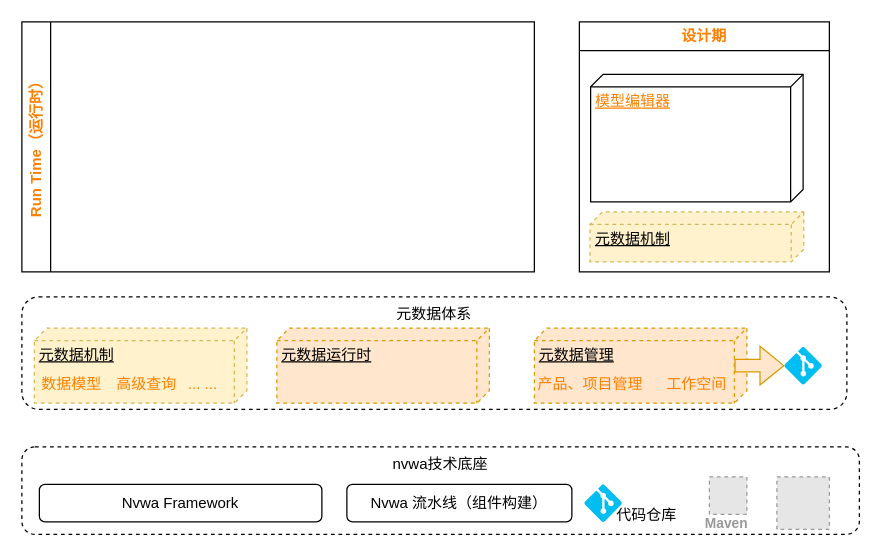
Above: page "架构图" (1 of 2) of 轻量级业务构建体系.drawio in lornezhang66/draw.io (draw.io), before the change. Source tidied: cells renumbered, new cells numbered last; positions are measured from the earlier drawing's top-left corner, leaving out a move shared by most shapes. Both pictures are drawn from the tidied source at 125%, with x=0, y=0 at pixel (21, 21). Pictures stored in the file or linked from it are replaced by grey dashed boxes.
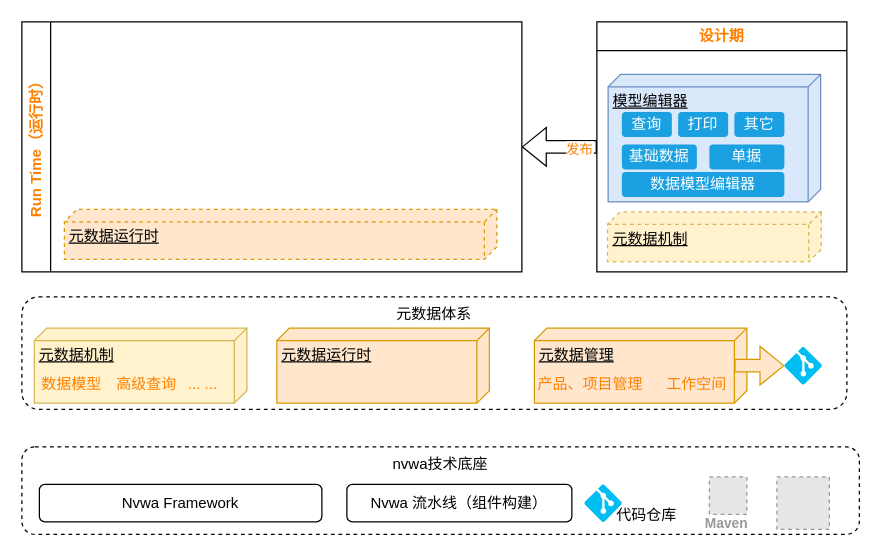
The same page after the edit.

Commit message (it also covers changes not shown here):
更新轻量级业务构建体系.drawio

The edit, as a diff of the source:
```diff
@@
-    <mxCell id="10" value="元数据机制" style="verticalAlign=top;align=left;spacingTop=8;spacingLeft=2;spacingRight=12;shape=cube;size=10;direction=south;fontStyle=4;html=1;dashed=1;fillColor=#fff2cc;strokeColor=#d6b656;" parent="1" vertex="1">
+    <mxCell id="10" value="元数据机制" style="verticalAlign=top;align=left;spacingTop=8;spacingLeft=2;spacingRight=12;shape=cube;size=10;direction=south;fontStyle=4;html=1;fillColor=#fff2cc;strokeColor=#d6b656;" parent="1" vertex="1">
       <mxGeometry x="10" y="245" width="170" height="60" as="geometry" />
     </mxCell>
@@
-    <mxCell id="16" value="元数据运行时" style="verticalAlign=top;align=left;spacingTop=8;spacingLeft=2;spacingRight=12;shape=cube;size=10;direction=south;fontStyle=4;html=1;dashed=1;fillColor=#ffe6cc;strokeColor=#d79b00;" parent="1" vertex="1">
+    <mxCell id="16" value="元数据运行时" style="verticalAlign=top;align=left;spacingTop=8;spacingLeft=2;spacingRight=12;shape=cube;size=10;direction=south;fontStyle=4;html=1;fillColor=#ffe6cc;strokeColor=#d79b00;" parent="1" vertex="1">
       <mxGeometry x="204" y="245" width="170" height="60" as="geometry" />
     </mxCell>
-    <mxCell id="17" value="元数据管理" style="verticalAlign=top;align=left;spacingTop=8;spacingLeft=2;spacingRight=12;shape=cube;size=10;direction=south;fontStyle=4;html=1;dashed=1;fillColor=#ffe6cc;strokeColor=#d79b00;" parent="1" vertex="1">
+    <mxCell id="17" value="元数据管理" style="verticalAlign=top;align=left;spacingTop=8;spacingLeft=2;spacingRight=12;shape=cube;size=10;direction=south;fontStyle=4;html=1;fillColor=#ffe6cc;strokeColor=#d79b00;" parent="1" vertex="1">
       <mxGeometry x="410" y="245" width="170" height="60" as="geometry" />
     </mxCell>
@@
     <mxCell id="21" value="Run Time（运行时）" style="swimlane;horizontal=0;whiteSpace=wrap;html=1;fontColor=#FF8000;" parent="1" vertex="1">
-      <mxGeometry width="410" height="200" as="geometry" />
+      <mxGeometry width="400" height="200" as="geometry" />
     </mxCell>
+    <mxCell id="25" value="元数据运行时" style="verticalAlign=top;align=left;spacingTop=8;spacingLeft=2;spacingRight=12;shape=cube;size=10;direction=south;fontStyle=4;html=1;fillColor=#ffe6cc;strokeColor=#d79b00;dashed=1;" parent="21" vertex="1">
+      <mxGeometry x="34" y="150" width="346" height="40" as="geometry" />
+    </mxCell>
     <mxCell id="22" value="设计期" style="swimlane;whiteSpace=wrap;html=1;fontColor=#FF8000;" parent="1" vertex="1">
-      <mxGeometry x="446" width="200" height="200" as="geometry" />
+      <mxGeometry x="460" width="200" height="200" as="geometry" />
     </mxCell>
@@
-    <mxCell id="24" value="模型编辑器" style="verticalAlign=top;align=left;spacingTop=8;spacingLeft=2;spacingRight=12;shape=cube;size=10;direction=south;fontStyle=4;html=1;fontColor=#FF8000;" parent="22" vertex="1">
+    <mxCell id="24" value="模型编辑器" style="verticalAlign=top;align=left;spacingTop=8;spacingLeft=2;spacingRight=12;shape=cube;size=10;direction=south;fontStyle=4;html=1;fillColor=#dae8fc;strokeColor=#6c8ebf;" parent="22" vertex="1">
       <mxGeometry x="9" y="42" width="170" height="102" as="geometry" />
     </mxCell>
+    <mxCell id="26" value="数据模型编辑器" style="rounded=1;whiteSpace=wrap;html=1;fontColor=#ffffff;fillColor=#1ba1e2;strokeColor=none;" parent="22" vertex="1">
+      <mxGeometry x="20" y="120" width="130" height="20" as="geometry" />
+    </mxCell>
+    <mxCell id="27" value="基础数据" style="rounded=1;whiteSpace=wrap;html=1;fontColor=#ffffff;fillColor=#1ba1e2;strokeColor=none;" parent="22" vertex="1">
+      <mxGeometry x="20" y="98" width="60" height="20" as="geometry" />
+    </mxCell>
+    <mxCell id="28" value="单据" style="rounded=1;whiteSpace=wrap;html=1;fontColor=#ffffff;fillColor=#1ba1e2;strokeColor=none;" parent="22" vertex="1">
+      <mxGeometry x="90" y="98" width="60" height="20" as="geometry" />
+    </mxCell>
+    <mxCell id="29" value="查询" style="rounded=1;whiteSpace=wrap;html=1;fontColor=#ffffff;fillColor=#1ba1e2;strokeColor=none;" parent="22" vertex="1">
+      <mxGeometry x="20" y="72" width="40" height="20" as="geometry" />
+    </mxCell>
+    <mxCell id="30" value="打印" style="rounded=1;whiteSpace=wrap;html=1;fontColor=#ffffff;fillColor=#1ba1e2;strokeColor=none;" parent="22" vertex="1">
+      <mxGeometry x="65" y="72" width="40" height="20" as="geometry" />
+    </mxCell>
+    <mxCell id="31" value="其它" style="rounded=1;whiteSpace=wrap;html=1;fontColor=#ffffff;fillColor=#1ba1e2;strokeColor=none;" parent="22" vertex="1">
+      <mxGeometry x="110" y="72" width="40" height="20" as="geometry" />
+    </mxCell>
+    <mxCell id="32" style="shape=flexArrow;endArrow=classic;html=1;rounded=0;fontColor=#FF8000;exitX=0;exitY=0.5;exitDx=0;exitDy=0;entryX=1;entryY=0.5;entryDx=0;entryDy=0;" parent="1" edge="1" source="22" target="21">
+      <mxGeometry relative="1" as="geometry" />
+    </mxCell>
+    <mxCell id="33" value="发布" style="edgeLabel;html=1;align=center;verticalAlign=middle;fontColor=#FF8000;" parent="32" vertex="1">
+      <mxGeometry x="-0.5" y="1" relative="1" as="geometry" />
+    </mxCell>
```
